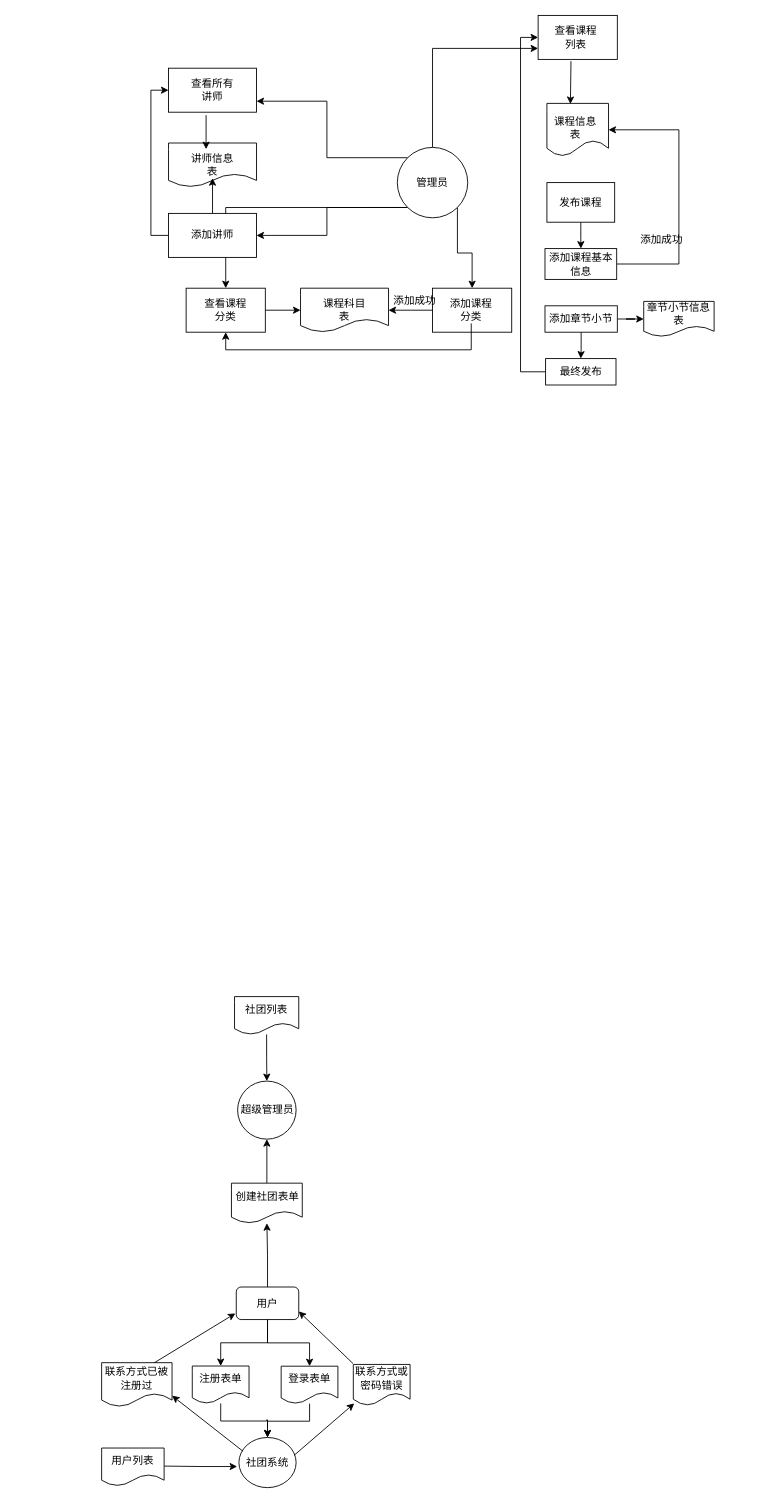
The draw.io diagram images/业务流程图.drawio in biienu/draw-io, before the edit. Source tidied: cells renumbered, new cells numbered last; positions are measured from the earlier drawing's top-left corner, leaving out a move shared by most shapes. Both pictures are drawn from the tidied source at 88%, with x=0, y=0 at pixel (101, 15).
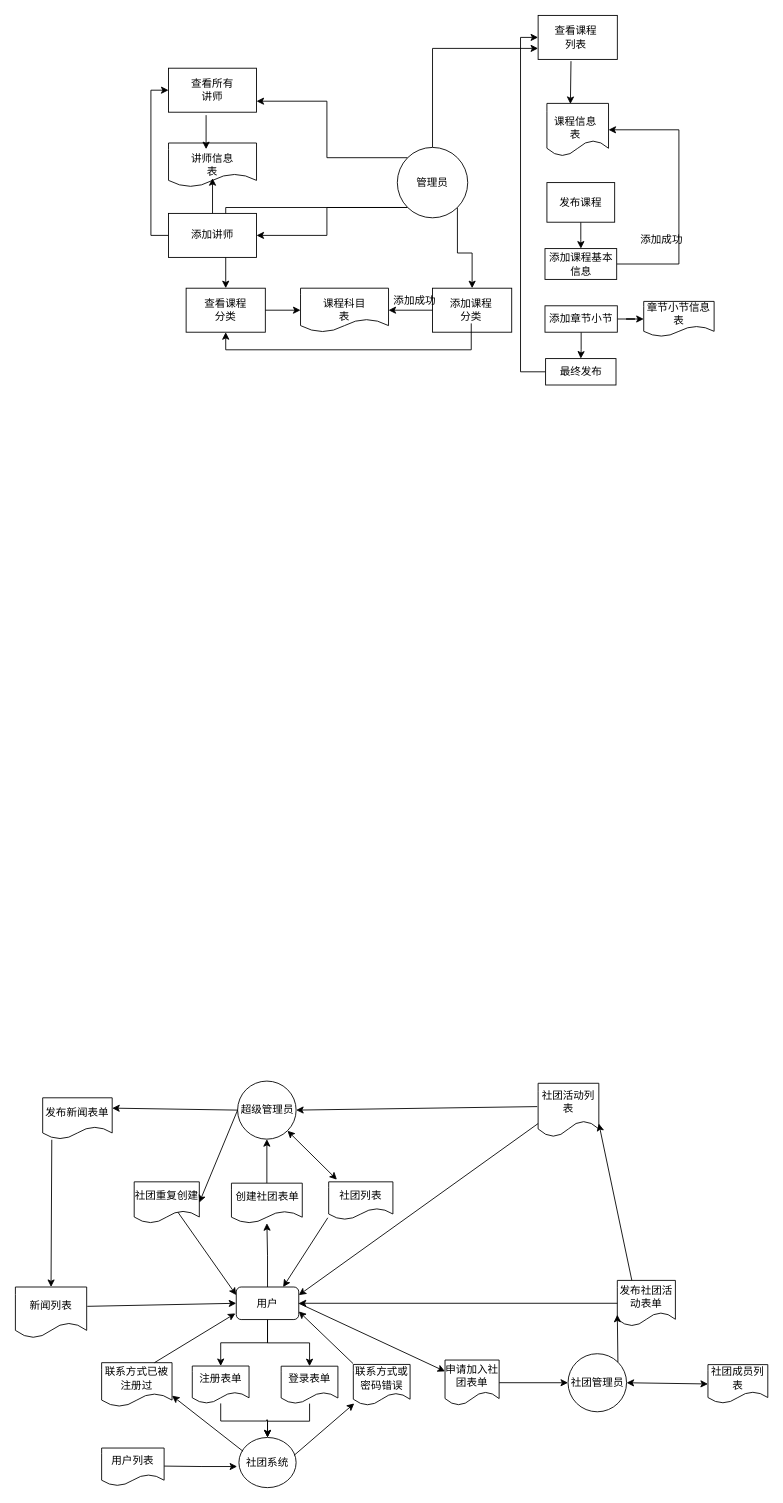
The same diagram, later.

Commit message:
业务流程图——学生社团.drawio

The change refers to these unchanged cells:
```xml
<mxCell id="47" value="用户" style="rounded=1;whiteSpace=wrap;html=1;" parent="1" vertex="1">
  <mxGeometry x="153" y="1445" width="71" height="37" as="geometry" />
</mxCell>
<mxCell id="63" value="超级管理员" style="ellipse;whiteSpace=wrap;html=1;" parent="1" vertex="1">
  <mxGeometry x="154.5" y="1211" width="66.5" height="66" as="geometry" />
</mxCell>
```

Diff of the diagram source:
```diff
@@
-    <mxCell id="64" style="edgeStyle=orthogonalEdgeStyle;rounded=0;jettySize=auto;html=1;" parent="1" edge="1" source="65" target="63">
-      <mxGeometry relative="1" as="geometry" />
-    </mxCell>
     <mxCell id="65" value="社团列表" style="shape=document;whiteSpace=wrap;html=1;boundedLbl=1;" parent="1" vertex="1">
-      <mxGeometry x="151" y="1115" width="73" height="43" as="geometry" />
+      <mxGeometry x="258" y="1325.5" width="73" height="43" as="geometry" />
     </mxCell>
+    <mxCell id="66" value="社团重复创建" style="shape=document;whiteSpace=wrap;html=1;boundedLbl=1;" parent="1" vertex="1">
+      <mxGeometry x="37" y="1325.5" width="74" height="47" as="geometry" />
+    </mxCell>
+    <mxCell id="67" style="endArrow=classic;html=1;rounded=0;exitX=0;exitY=0.5;exitDx=0;exitDy=0;entryX=1;entryY=0.5;entryDx=0;entryDy=0;" parent="1" edge="1" source="63" target="66">
+      <mxGeometry relative="1" as="geometry" />
+    </mxCell>
+    <mxCell id="68" style="endArrow=classic;html=1;rounded=0;exitX=0.671;exitY=0.734;exitDx=0;exitDy=0;exitPerimeter=0;entryX=0;entryY=0.25;entryDx=0;entryDy=0;" parent="1" edge="1" source="66" target="47">
+      <mxGeometry relative="1" as="geometry" />
+    </mxCell>
+    <mxCell id="69" style="endArrow=classic;html=1;rounded=0;exitX=-0.014;exitY=0.95;exitDx=0;exitDy=0;exitPerimeter=0;entryX=0.75;entryY=0;entryDx=0;entryDy=0;" parent="1" edge="1" source="65" target="47">
+      <mxGeometry relative="1" as="geometry" />
+    </mxCell>
+    <mxCell id="70" value="发布新闻表单" style="shape=document;whiteSpace=wrap;html=1;boundedLbl=1;" parent="1" vertex="1">
+      <mxGeometry x="-67" y="1230" width="79" height="47" as="geometry" />
+    </mxCell>
+    <mxCell id="71" style="endArrow=classic;html=1;rounded=0;exitX=0;exitY=0.5;exitDx=0;exitDy=0;entryX=1;entryY=0.25;entryDx=0;entryDy=0;" parent="1" edge="1" source="63" target="70">
+      <mxGeometry relative="1" as="geometry" />
+    </mxCell>
+    <mxCell id="72" value="新闻列表" style="shape=document;whiteSpace=wrap;html=1;boundedLbl=1;" parent="1" vertex="1">
+      <mxGeometry x="-98" y="1445" width="81" height="58" as="geometry" />
+    </mxCell>
+    <mxCell id="73" style="endArrow=classic;html=1;rounded=0;exitX=1.008;exitY=0.379;exitDx=0;exitDy=0;exitPerimeter=0;entryX=0;entryY=0.5;entryDx=0;entryDy=0;" parent="1" edge="1" source="72" target="47">
+      <mxGeometry relative="1" as="geometry" />
+    </mxCell>
+    <mxCell id="74" value="申请加入社团表单" style="shape=document;whiteSpace=wrap;html=1;boundedLbl=1;rounded=1;" parent="1" vertex="1">
+      <mxGeometry x="390.2" y="1528" width="61.5" height="51.5" as="geometry" />
+    </mxCell>
+    <mxCell id="75" style="endArrow=classic;html=1;rounded=0;exitX=1;exitY=0.5;exitDx=0;exitDy=0;entryX=0;entryY=0.25;entryDx=0;entryDy=0;" parent="1" edge="1" source="47" target="74">
+      <mxGeometry relative="1" as="geometry" />
+    </mxCell>
+    <mxCell id="76" value="社团管理员" style="ellipse;whiteSpace=wrap;html=1;" parent="1" vertex="1">
+      <mxGeometry x="530" y="1520.8" width="66.5" height="66" as="geometry" />
+    </mxCell>
+    <mxCell id="77" value="社团成员列表" style="shape=document;whiteSpace=wrap;html=1;boundedLbl=1;" parent="1" vertex="1">
+      <mxGeometry x="689" y="1533.2" width="68" height="44" as="geometry" />
+    </mxCell>
+    <mxCell id="78" style="endArrow=classic;html=1;rounded=0;exitX=1;exitY=0.5;exitDx=0;exitDy=0;entryX=0;entryY=0.5;entryDx=0;entryDy=0;" parent="1" edge="1" source="74" target="76">
+      <mxGeometry relative="1" as="geometry" />
+    </mxCell>
+    <mxCell id="79" style="endArrow=classic;startArrow=classic;html=1;rounded=0;exitX=1;exitY=1;exitDx=0;exitDy=0;entryX=0.128;entryY=-0.058;entryDx=0;entryDy=0;entryPerimeter=0;" parent="1" edge="1" source="63" target="65">
+      <mxGeometry relative="1" as="geometry" />
+    </mxCell>
+    <mxCell id="80" style="endArrow=classic;startArrow=classic;html=1;rounded=0;entryX=0;entryY=0.5;entryDx=0;entryDy=0;exitX=1;exitY=0.5;exitDx=0;exitDy=0;" parent="1" edge="1" source="76" target="77">
+      <mxGeometry relative="1" as="geometry" />
+    </mxCell>
+    <mxCell id="81" style="endArrow=classic;html=1;rounded=0;entryX=0.5;entryY=0;entryDx=0;entryDy=0;exitX=0.131;exitY=1.014;exitDx=0;exitDy=0;exitPerimeter=0;" parent="1" edge="1" source="70" target="72">
+      <mxGeometry relative="1" as="geometry" />
+    </mxCell>
+    <mxCell id="82" value="发布社团活动表单" style="shape=document;whiteSpace=wrap;html=1;boundedLbl=1;" parent="1" vertex="1">
+      <mxGeometry x="586" y="1437.5" width="66" height="52" as="geometry" />
+    </mxCell>
+    <mxCell id="83" style="endArrow=classic;html=1;rounded=0;exitX=1;exitY=0;exitDx=0;exitDy=0;entryX=0;entryY=0.75;entryDx=0;entryDy=0;" parent="1" edge="1" source="76" target="82">
+      <mxGeometry relative="1" as="geometry" />
+    </mxCell>
+    <mxCell id="84" value="社团活动列表" style="shape=document;whiteSpace=wrap;html=1;boundedLbl=1;" parent="1" vertex="1">
+      <mxGeometry x="496" y="1213.5" width="69" height="61" as="geometry" />
+    </mxCell>
+    <mxCell id="85" style="endArrow=classic;html=1;rounded=0;entryX=1;entryY=0.25;entryDx=0;entryDy=0;exitX=0;exitY=0.75;exitDx=0;exitDy=0;" parent="1" edge="1" source="84" target="47">
+      <mxGeometry relative="1" as="geometry" />
+    </mxCell>
+    <mxCell id="86" style="endArrow=classic;html=1;rounded=0;exitX=0.25;exitY=0;exitDx=0;exitDy=0;entryX=1;entryY=0.75;entryDx=0;entryDy=0;" parent="1" edge="1" source="82" target="84">
+      <mxGeometry relative="1" as="geometry" />
+    </mxCell>
+    <mxCell id="87" style="endArrow=classic;html=1;rounded=0;entryX=1;entryY=0.5;entryDx=0;entryDy=0;" parent="1" edge="1" target="63">
+      <mxGeometry relative="1" as="geometry">
+        <mxPoint x="495" y="1240" as="sourcePoint" />
+      </mxGeometry>
+    </mxCell>
+    <mxCell id="88" style="endArrow=classic;html=1;rounded=0;exitX=0;exitY=0.5;exitDx=0;exitDy=0;entryX=1;entryY=0.5;entryDx=0;entryDy=0;" parent="1" edge="1" source="82" target="47">
+      <mxGeometry relative="1" as="geometry" />
+    </mxCell>
```
